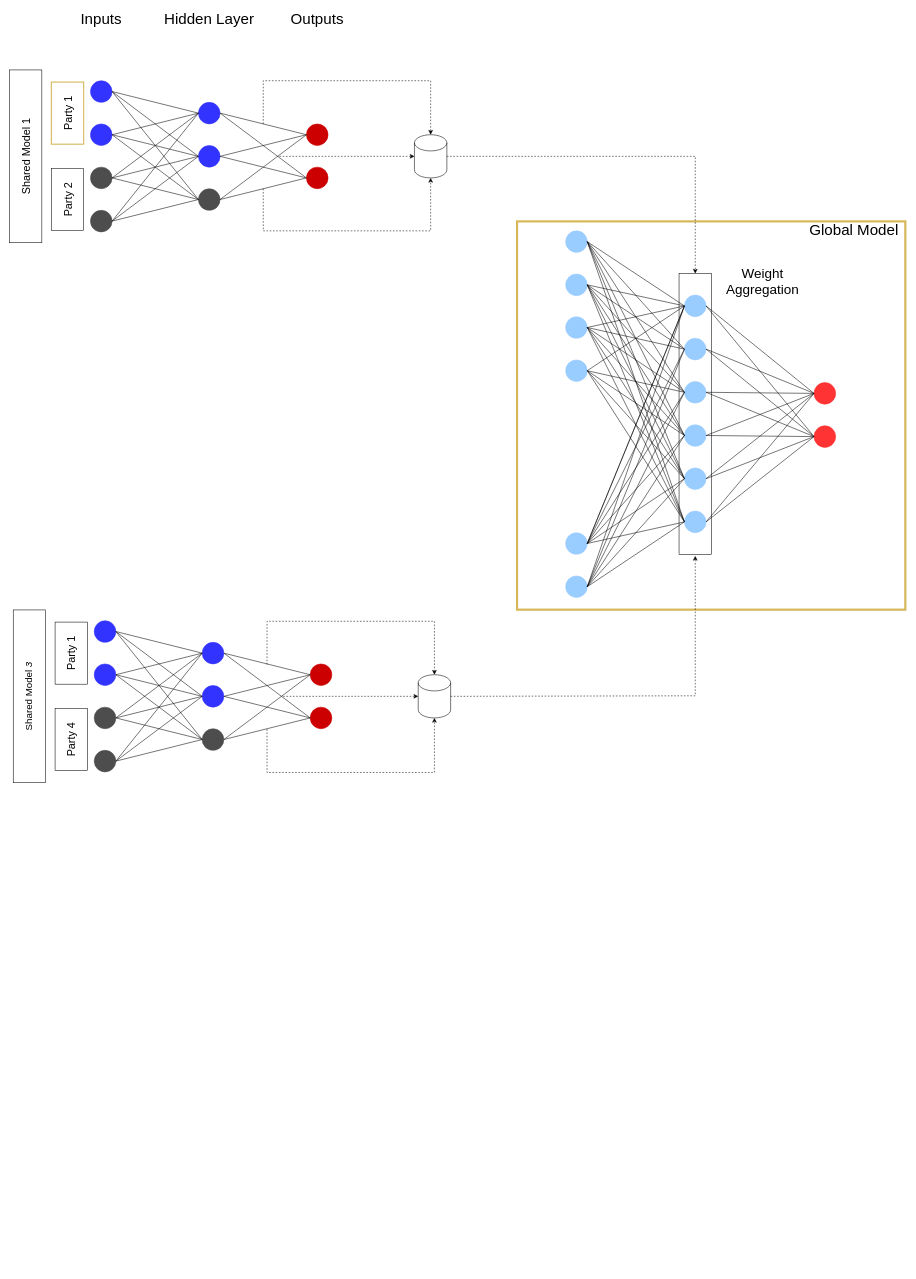
solodezaldivar/ma-thesis keeps this draw.io diagram as resources/diagrams/dvfu-shared-models-fine-tuning.drawio. Above is the earlier version. Source tidied: cells renumbered, new cells numbered last; positions are measured from the earlier drawing's top-left corner, leaving out a move shared by most shapes. Both pictures are drawn from the tidied source at 54%, with x=0, y=0 at pixel (-61, 10).
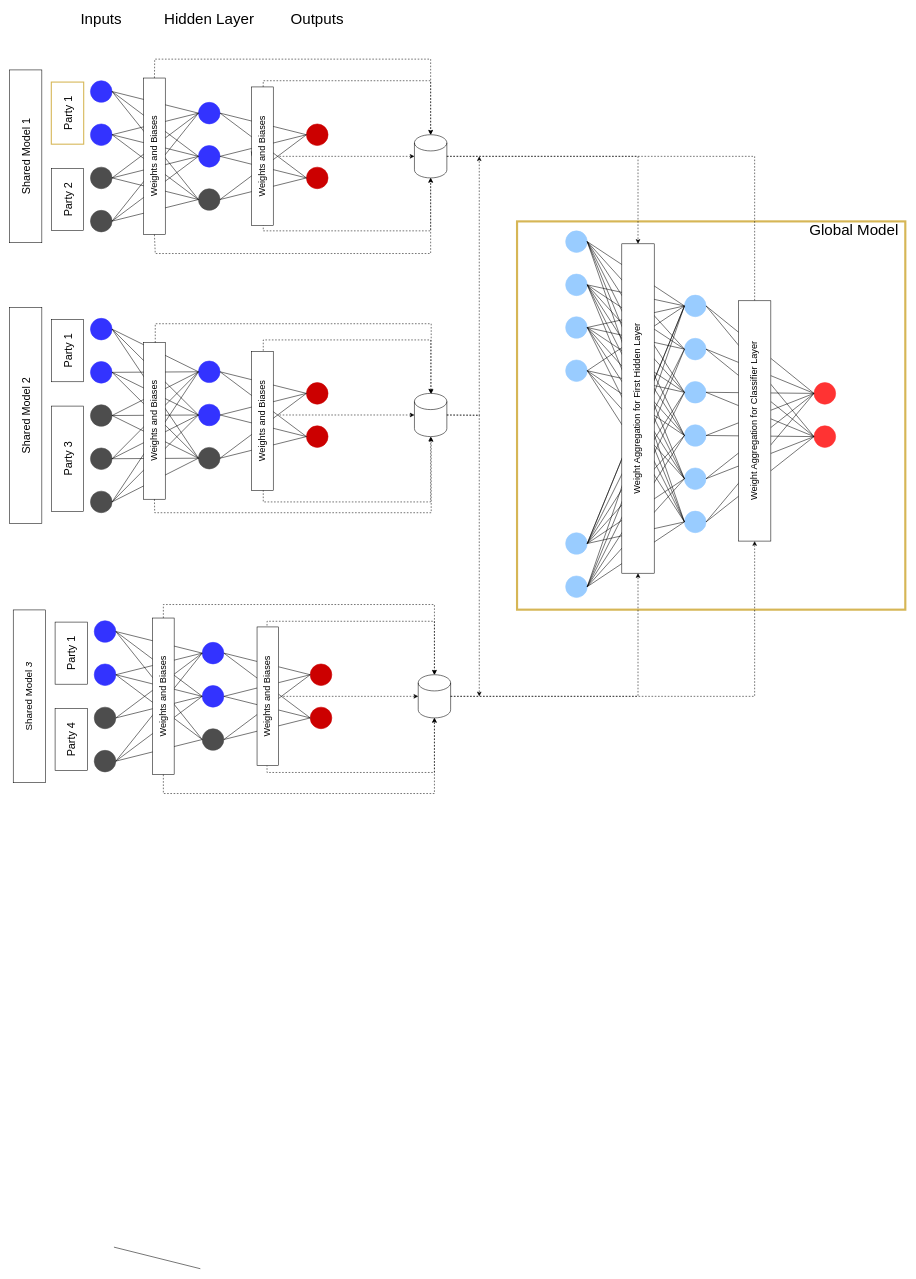
The same diagram, later.

The change refers to these unchanged cells:
```xml
<mxCell id="52" style="ellipse;whiteSpace=wrap;html=1;strokeColor=#4D4D4D;fillColor=#4D4D4D;" parent="1" vertex="1">
  <mxGeometry x="287" y="1290" width="40" height="40" as="geometry" />
</mxCell>
<mxCell id="58" style="ellipse;whiteSpace=wrap;html=1;strokeColor=#4D4D4D;fillColor=#4D4D4D;" parent="1" vertex="1">
  <mxGeometry x="487" y="1330" width="40" height="40" as="geometry" />
</mxCell>
<mxCell id="88" style="shape=cylinder3;whiteSpace=wrap;html=1;boundedLbl=1;backgroundOutline=1;size=15;" parent="1" vertex="1">
  <mxGeometry x="880" y="230" width="60" height="80" as="geometry" />
</mxCell>
<mxCell id="89" style="shape=cylinder3;whiteSpace=wrap;html=1;boundedLbl=1;backgroundOutline=1;size=15;" parent="1" vertex="1">
  <mxGeometry x="887" y="1230" width="60" height="80" as="geometry" />
</mxCell>
```

Change to the diagram source:
```diff
@@
-    <mxCell id="3" style="rounded=0;whiteSpace=wrap;html=1;rotation=90;" parent="1" vertex="1">
-      <mxGeometry x="1140" y="717" width="520" height="60" as="geometry" />
-    </mxCell>
@@
-    <mxCell id="72" style="rounded=0;jettySize=auto;html=1;exitX=0;exitY=0.5;exitDx=0;exitDy=0;entryX=1;entryY=0.5;entryDx=0;entryDy=0;endArrow=none;startFill=0;" parent="1" edge="1" source="58" target="52">
-      <mxGeometry relative="1" as="geometry" />
+    <mxCell id="72" style="rounded=0;orthogonalLoop=1;jettySize=auto;html=1;exitX=0;exitY=0.5;exitDx=0;exitDy=0;entryX=1;entryY=0.5;entryDx=0;entryDy=0;endArrow=none;startFill=0;" parent="1" edge="1">
+      <mxGeometry relative="1" as="geometry">
+        <mxPoint x="483.5" y="2330" as="sourcePoint" />
+        <mxPoint x="323.5" y="2290" as="targetPoint" />
+      </mxGeometry>
     </mxCell>
@@
-    <mxCell id="134" style="endArrow=classic;html=1;rounded=0;entryX=0.5;entryY=0;entryDx=0;entryDy=0;entryPerimeter=0;dashed=1;" parent="1" edge="1" target="88">
+    <mxCell id="134" style="endArrow=classic;html=1;rounded=0;entryX=0.5;entryY=0;entryDx=0;entryDy=0;entryPerimeter=0;dashed=1;" parent="1" edge="1" source="180" target="88">
       <mxGeometry relative="1" as="geometry">
-        <mxPoint x="600" y="210" as="sourcePoint" />
         <Array as="points">
           <mxPoint x="600" y="130" />
           <mxPoint x="910" y="130" />
         </Array>
       </mxGeometry>
     </mxCell>
@@
     <mxCell id="138" style="endArrow=classic;html=1;rounded=0;entryX=0;entryY=0.5;entryDx=0;entryDy=0;dashed=1;exitX=1;exitY=0.5;exitDx=0;exitDy=0;exitPerimeter=0;" parent="1" edge="1" source="88" target="3">
       <mxGeometry relative="1" as="geometry">
         <Array as="points">
-          <mxPoint x="1400" y="270" />
+          <mxPoint x="1510" y="270" />
         </Array>
       </mxGeometry>
     </mxCell>
-    <mxCell id="139" style="endArrow=classic;html=1;rounded=0;dashed=1;exitX=1;exitY=0.5;exitDx=0;exitDy=0;exitPerimeter=0;" parent="1" edge="1" source="89">
+    <mxCell id="139" style="endArrow=classic;html=1;rounded=0;dashed=1;exitX=1;exitY=0.5;exitDx=0;exitDy=0;exitPerimeter=0;entryX=0;entryY=0.5;entryDx=0;entryDy=0;" parent="1" edge="1" source="89" target="3">
       <mxGeometry relative="1" as="geometry">
-        <mxPoint x="1400" y="1010" as="targetPoint" />
         <Array as="points">
-          <mxPoint x="1400" y="1269" />
+          <mxPoint x="1510" y="1270" />
         </Array>
       </mxGeometry>
     </mxCell>
-    <mxCell id="140" value="&lt;font style=&quot;font-size: 25px;&quot;&gt;Weight Aggregation&lt;/font&gt;" style="text;html=1;align=center;verticalAlign=middle;whiteSpace=wrap;rounded=0;" parent="1" vertex="1">
-      <mxGeometry x="1430" y="485" width="190" height="30" as="geometry" />
-    </mxCell>
+    <mxCell id="141" style="ellipse;whiteSpace=wrap;html=1;strokeColor=#4D4D4D;fillColor=#4D4D4D;gradientColor=none;" parent="1" vertex="1">
+      <mxGeometry x="280" y="730" width="40" height="40" as="geometry" />
+    </mxCell>
+    <mxCell id="142" style="ellipse;whiteSpace=wrap;html=1;strokeColor=#3333FF;fillColor=#3333FF;" parent="1" vertex="1">
+      <mxGeometry x="280" y="570" width="40" height="40" as="geometry" />
+    </mxCell>
+    <mxCell id="143" style="ellipse;whiteSpace=wrap;html=1;strokeColor=#3333FF;fillColor=#3333FF;" parent="1" vertex="1">
+      <mxGeometry x="280" y="650" width="40" height="40" as="geometry" />
+    </mxCell>
+    <mxCell id="144" style="ellipse;whiteSpace=wrap;html=1;strokeColor=#4D4D4D;fillColor=#4D4D4D;gradientColor=none;" parent="1" vertex="1">
+      <mxGeometry x="280" y="810" width="40" height="40" as="geometry" />
+    </mxCell>
+    <mxCell id="145" style="ellipse;whiteSpace=wrap;html=1;strokeColor=#3333FF;fillColor=#3333FF;" parent="1" vertex="1">
+      <mxGeometry x="480" y="729" width="40" height="40" as="geometry" />
+    </mxCell>
+    <mxCell id="146" style="ellipse;whiteSpace=wrap;html=1;strokeColor=#3333FF;fillColor=#3333FF;" parent="1" vertex="1">
+      <mxGeometry x="480" y="649" width="40" height="40" as="geometry" />
+    </mxCell>
+    <mxCell id="147" style="ellipse;whiteSpace=wrap;html=1;strokeColor=#4D4D4D;fillColor=#4D4D4D;gradientColor=none;" parent="1" vertex="1">
+      <mxGeometry x="480" y="809" width="40" height="40" as="geometry" />
+    </mxCell>
+    <mxCell id="148" style="ellipse;whiteSpace=wrap;html=1;strokeColor=#CC0000;fillColor=#CC0000;" parent="1" vertex="1">
+      <mxGeometry x="680" y="689" width="40" height="40" as="geometry" />
+    </mxCell>
+    <mxCell id="149" style="ellipse;whiteSpace=wrap;html=1;strokeColor=#CC0000;fillColor=#CC0000;" parent="1" vertex="1">
+      <mxGeometry x="680" y="769" width="40" height="40" as="geometry" />
+    </mxCell>
+    <mxCell id="150" style="rounded=0;jettySize=auto;html=1;exitX=1;exitY=0.5;exitDx=0;exitDy=0;entryX=0;entryY=0.5;entryDx=0;entryDy=0;endArrow=none;startFill=0;" parent="1" edge="1" source="142" target="146">
+      <mxGeometry relative="1" as="geometry" />
+    </mxCell>
+    <mxCell id="151" style="rounded=0;jettySize=auto;html=1;exitX=1;exitY=0.5;exitDx=0;exitDy=0;entryX=0;entryY=0.5;entryDx=0;entryDy=0;endArrow=none;startFill=0;" parent="1" edge="1" source="142" target="145">
+      <mxGeometry relative="1" as="geometry" />
+    </mxCell>
+    <mxCell id="152" style="rounded=0;jettySize=auto;html=1;exitX=1;exitY=0.5;exitDx=0;exitDy=0;entryX=0;entryY=0.5;entryDx=0;entryDy=0;endArrow=none;startFill=0;" parent="1" edge="1" source="142" target="147">
+      <mxGeometry relative="1" as="geometry" />
+    </mxCell>
+    <mxCell id="153" style="rounded=0;jettySize=auto;html=1;exitX=0;exitY=0.5;exitDx=0;exitDy=0;entryX=1;entryY=0.5;entryDx=0;entryDy=0;endArrow=none;startFill=0;" parent="1" edge="1" source="146" target="141">
+      <mxGeometry relative="1" as="geometry" />
+    </mxCell>
+    <mxCell id="154" style="rounded=0;jettySize=auto;html=1;exitX=0;exitY=0.5;exitDx=0;exitDy=0;entryX=1;entryY=0.5;entryDx=0;entryDy=0;endArrow=none;startFill=0;" parent="1" edge="1" source="146" target="144">
+      <mxGeometry relative="1" as="geometry" />
+    </mxCell>
+    <mxCell id="155" style="rounded=0;jettySize=auto;html=1;exitX=0;exitY=0.5;exitDx=0;exitDy=0;endArrow=none;startFill=0;entryX=1;entryY=0.5;entryDx=0;entryDy=0;" parent="1" edge="1" source="145" target="144">
+      <mxGeometry relative="1" as="geometry" />
+    </mxCell>
+    <mxCell id="156" style="rounded=0;jettySize=auto;html=1;exitX=0;exitY=0.5;exitDx=0;exitDy=0;entryX=1;entryY=0.5;entryDx=0;entryDy=0;endArrow=none;startFill=0;" parent="1" edge="1" source="145" target="141">
+      <mxGeometry relative="1" as="geometry" />
+    </mxCell>
+    <mxCell id="157" style="rounded=0;jettySize=auto;html=1;exitX=1;exitY=0.5;exitDx=0;exitDy=0;endArrow=none;startFill=0;entryX=0;entryY=0.5;entryDx=0;entryDy=0;" parent="1" edge="1" source="143" target="146">
+      <mxGeometry relative="1" as="geometry" />
+    </mxCell>
+    <mxCell id="158" style="rounded=0;jettySize=auto;html=1;exitX=1;exitY=0.5;exitDx=0;exitDy=0;endArrow=none;startFill=0;entryX=0;entryY=0.5;entryDx=0;entryDy=0;" parent="1" edge="1" source="143" target="145">
+      <mxGeometry relative="1" as="geometry" />
+    </mxCell>
+    <mxCell id="159" style="rounded=0;jettySize=auto;html=1;exitX=1;exitY=0.5;exitDx=0;exitDy=0;endArrow=none;startFill=0;entryX=0;entryY=0.5;entryDx=0;entryDy=0;" parent="1" edge="1" source="143" target="147">
+      <mxGeometry relative="1" as="geometry" />
+    </mxCell>
+    <mxCell id="160" style="rounded=0;jettySize=auto;html=1;endArrow=none;startFill=0;entryX=1;entryY=0.5;entryDx=0;entryDy=0;exitX=0;exitY=0.5;exitDx=0;exitDy=0;" parent="1" edge="1" source="147" target="144">
+      <mxGeometry relative="1" as="geometry" />
+    </mxCell>
+    <mxCell id="161" style="rounded=0;jettySize=auto;html=1;exitX=0;exitY=0.5;exitDx=0;exitDy=0;entryX=1;entryY=0.5;entryDx=0;entryDy=0;endArrow=none;startFill=0;" parent="1" edge="1" source="147" target="141">
+      <mxGeometry relative="1" as="geometry" />
+    </mxCell>
+    <mxCell id="162" style="rounded=0;jettySize=auto;html=1;exitX=1;exitY=0.5;exitDx=0;exitDy=0;entryX=0;entryY=0.5;entryDx=0;entryDy=0;endArrow=none;startFill=0;" parent="1" edge="1" source="146" target="148">
+      <mxGeometry relative="1" as="geometry" />
+    </mxCell>
+    <mxCell id="163" style="rounded=0;jettySize=auto;html=1;exitX=1;exitY=0.5;exitDx=0;exitDy=0;entryX=0;entryY=0.5;entryDx=0;entryDy=0;endArrow=none;startFill=0;" parent="1" edge="1" source="146" target="149">
+      <mxGeometry relative="1" as="geometry" />
+    </mxCell>
+    <mxCell id="164" style="rounded=0;jettySize=auto;html=1;exitX=1;exitY=0.5;exitDx=0;exitDy=0;entryX=0;entryY=0.5;entryDx=0;entryDy=0;endArrow=none;startFill=0;" parent="1" edge="1" source="145" target="148">
+      <mxGeometry relative="1" as="geometry" />
+    </mxCell>
+    <mxCell id="165" style="rounded=0;jettySize=auto;html=1;exitX=1;exitY=0.5;exitDx=0;exitDy=0;entryX=0;entryY=0.5;entryDx=0;entryDy=0;endArrow=none;startFill=0;" parent="1" edge="1" source="147" target="149">
+      <mxGeometry relative="1" as="geometry" />
+    </mxCell>
+    <mxCell id="166" style="rounded=0;jettySize=auto;html=1;exitX=1;exitY=0.5;exitDx=0;exitDy=0;entryX=0;entryY=0.5;entryDx=0;entryDy=0;endArrow=none;startFill=0;" parent="1" edge="1" source="147" target="148">
+      <mxGeometry relative="1" as="geometry" />
+    </mxCell>
+    <mxCell id="167" style="rounded=0;jettySize=auto;html=1;exitX=1;exitY=0.5;exitDx=0;exitDy=0;entryX=0;entryY=0.5;entryDx=0;entryDy=0;endArrow=none;startFill=0;" parent="1" edge="1" source="145" target="149">
+      <mxGeometry relative="1" as="geometry" />
+    </mxCell>
+    <mxCell id="168" value="&lt;font style=&quot;font-size: 20px;&quot;&gt;Shared Model 2&lt;/font&gt;" style="rounded=0;whiteSpace=wrap;html=1;rotation=-90;" parent="1" vertex="1">
+      <mxGeometry x="-40" y="720" width="400" height="60" as="geometry" />
+    </mxCell>
+    <mxCell id="169" value="&lt;font style=&quot;font-size: 20px;&quot;&gt;Party 1&lt;/font&gt;" style="rounded=0;whiteSpace=wrap;html=1;rotation=-90;" parent="1" vertex="1">
+      <mxGeometry x="180" y="600" width="115" height="60" as="geometry" />
+    </mxCell>
+    <mxCell id="170" value="&lt;font style=&quot;font-size: 20px;&quot;&gt;Party 3&lt;/font&gt;" style="rounded=0;whiteSpace=wrap;html=1;rotation=-90;" parent="1" vertex="1">
+      <mxGeometry x="140" y="800" width="195" height="60" as="geometry" />
+    </mxCell>
+    <mxCell id="171" style="ellipse;whiteSpace=wrap;html=1;strokeColor=#4D4D4D;fillColor=#4D4D4D;gradientColor=none;" parent="1" vertex="1">
+      <mxGeometry x="280" y="890" width="40" height="40" as="geometry" />
+    </mxCell>
+    <mxCell id="172" style="rounded=0;jettySize=auto;html=1;endArrow=none;startFill=0;entryX=1;entryY=0.5;entryDx=0;entryDy=0;exitX=0;exitY=0.5;exitDx=0;exitDy=0;" parent="1" edge="1" source="146" target="171">
+      <mxGeometry relative="1" as="geometry" />
+    </mxCell>
+    <mxCell id="173" style="rounded=0;jettySize=auto;html=1;endArrow=none;startFill=0;entryX=1;entryY=0.5;entryDx=0;entryDy=0;exitX=0;exitY=0.5;exitDx=0;exitDy=0;" parent="1" edge="1" source="145" target="171">
+      <mxGeometry relative="1" as="geometry" />
+    </mxCell>
+    <mxCell id="174" style="rounded=0;jettySize=auto;html=1;endArrow=none;startFill=0;exitX=0;exitY=0.5;exitDx=0;exitDy=0;" parent="1" edge="1" source="147">
+      <mxGeometry relative="1" as="geometry">
+        <mxPoint x="320" y="910" as="targetPoint" />
+      </mxGeometry>
+    </mxCell>
+    <mxCell id="175" style="shape=cylinder3;whiteSpace=wrap;html=1;boundedLbl=1;backgroundOutline=1;size=15;" parent="1" vertex="1">
+      <mxGeometry x="880" y="709" width="60" height="80" as="geometry" />
+    </mxCell>
+    <mxCell id="176" style="endArrow=classic;html=1;rounded=0;entryX=0;entryY=0.5;entryDx=0;entryDy=0;entryPerimeter=0;dashed=1;" parent="1" edge="1" target="175">
+      <mxGeometry relative="1" as="geometry">
+        <mxPoint x="630" y="749" as="sourcePoint" />
+      </mxGeometry>
+    </mxCell>
+    <mxCell id="177" style="endArrow=classic;html=1;rounded=0;entryX=0.5;entryY=0;entryDx=0;entryDy=0;entryPerimeter=0;dashed=1;" parent="1" edge="1" target="175">
+      <mxGeometry relative="1" as="geometry">
+        <mxPoint x="600" y="690" as="sourcePoint" />
+        <Array as="points">
+          <mxPoint x="600" y="610" />
+          <mxPoint x="750" y="610" />
+          <mxPoint x="910" y="610" />
+        </Array>
+      </mxGeometry>
+    </mxCell>
+    <mxCell id="178" style="endArrow=classic;html=1;rounded=0;entryX=0.5;entryY=1;entryDx=0;entryDy=0;entryPerimeter=0;dashed=1;" parent="1" edge="1" target="175">
+      <mxGeometry relative="1" as="geometry">
+        <mxPoint x="600" y="810" as="sourcePoint" />
+        <Array as="points">
+          <mxPoint x="600" y="910" />
+          <mxPoint x="760" y="910" />
+          <mxPoint x="910" y="910" />
+        </Array>
+      </mxGeometry>
+    </mxCell>
+    <mxCell id="179" style="endArrow=classic;html=1;rounded=0;entryX=0.5;entryY=0;entryDx=0;entryDy=0;entryPerimeter=0;dashed=1;" parent="1" edge="1" target="180">
+      <mxGeometry relative="1" as="geometry">
+        <mxPoint x="600" y="210" as="sourcePoint" />
+      </mxGeometry>
+    </mxCell>
+    <mxCell id="180" value="&lt;font style=&quot;font-size: 17px;&quot;&gt;Weights and Biases&lt;/font&gt;" style="rounded=0;whiteSpace=wrap;html=1;rotation=-90;" parent="1" vertex="1">
+      <mxGeometry x="470" y="250" width="257" height="40" as="geometry" />
+    </mxCell>
+    <mxCell id="181" value="&lt;font style=&quot;font-size: 17px;&quot;&gt;Weights and Biases&lt;/font&gt;" style="rounded=0;whiteSpace=wrap;html=1;rotation=-90;" parent="1" vertex="1">
+      <mxGeometry x="470" y="740" width="257" height="40" as="geometry" />
+    </mxCell>
+    <mxCell id="182" value="&lt;font style=&quot;font-size: 17px;&quot;&gt;Weights and Biases&lt;/font&gt;" style="rounded=0;whiteSpace=wrap;html=1;rotation=-90;" parent="1" vertex="1">
+      <mxGeometry x="253.5" y="250" width="290" height="40" as="geometry" />
+    </mxCell>
+    <mxCell id="183" value="&lt;font style=&quot;font-size: 17px;&quot;&gt;Weights and Biases&lt;/font&gt;" style="rounded=0;whiteSpace=wrap;html=1;rotation=-90;" parent="1" vertex="1">
+      <mxGeometry x="480" y="1250" width="257" height="40" as="geometry" />
+    </mxCell>
+    <mxCell id="184" value="&lt;font style=&quot;font-size: 17px;&quot;&gt;Weights and Biases&lt;/font&gt;" style="rounded=0;whiteSpace=wrap;html=1;rotation=-90;" parent="1" vertex="1">
+      <mxGeometry x="253.5" y="740" width="290" height="40" as="geometry" />
+    </mxCell>
+    <mxCell id="185" value="&lt;font style=&quot;font-size: 17px;&quot;&gt;Weights and Biases&lt;/font&gt;" style="rounded=0;whiteSpace=wrap;html=1;rotation=-90;" parent="1" vertex="1">
+      <mxGeometry x="270" y="1250" width="290" height="40" as="geometry" />
+    </mxCell>
+    <mxCell id="186" style="endArrow=classic;html=1;rounded=0;entryX=0.5;entryY=0;entryDx=0;entryDy=0;entryPerimeter=0;dashed=1;exitX=1;exitY=0.5;exitDx=0;exitDy=0;" parent="1" edge="1" source="182" target="88">
+      <mxGeometry relative="1" as="geometry">
+        <Array as="points">
+          <mxPoint x="399" y="90" />
+          <mxPoint x="910" y="90" />
+        </Array>
+      </mxGeometry>
+    </mxCell>
+    <mxCell id="187" style="endArrow=classic;html=1;rounded=0;entryX=0.5;entryY=1;entryDx=0;entryDy=0;entryPerimeter=0;dashed=1;exitX=0;exitY=0.5;exitDx=0;exitDy=0;" parent="1" edge="1" source="182" target="88">
+      <mxGeometry relative="1" as="geometry">
+        <Array as="points">
+          <mxPoint x="400" y="450" />
+          <mxPoint x="910" y="450" />
+          <mxPoint x="910" y="410" />
+        </Array>
+      </mxGeometry>
+    </mxCell>
+    <mxCell id="188" style="endArrow=classic;html=1;rounded=0;entryX=0.5;entryY=1;entryDx=0;entryDy=0;entryPerimeter=0;dashed=1;exitX=0;exitY=0.5;exitDx=0;exitDy=0;" parent="1" edge="1" source="184">
+      <mxGeometry relative="1" as="geometry">
+        <mxPoint x="911" y="790" as="targetPoint" />
+        <Array as="points">
+          <mxPoint x="399" y="930" />
+          <mxPoint x="911" y="930" />
+          <mxPoint x="911" y="890" />
+        </Array>
+      </mxGeometry>
+    </mxCell>
+    <mxCell id="189" style="endArrow=classic;html=1;rounded=0;dashed=1;exitX=1;exitY=0.5;exitDx=0;exitDy=0;" parent="1" edge="1">
+      <mxGeometry relative="1" as="geometry">
+        <mxPoint x="400" y="615" as="sourcePoint" />
+        <mxPoint x="911" y="710" as="targetPoint" />
+        <Array as="points">
+          <mxPoint x="400" y="580" />
+          <mxPoint x="911" y="580" />
+        </Array>
+      </mxGeometry>
+    </mxCell>
+    <mxCell id="190" style="endArrow=classic;html=1;rounded=0;entryX=0.5;entryY=1;entryDx=0;entryDy=0;entryPerimeter=0;dashed=1;exitX=0;exitY=0.5;exitDx=0;exitDy=0;" parent="1" edge="1" source="185" target="89">
+      <mxGeometry relative="1" as="geometry">
+        <Array as="points">
+          <mxPoint x="415" y="1450" />
+          <mxPoint x="917" y="1450" />
+        </Array>
+      </mxGeometry>
+    </mxCell>
+    <mxCell id="191" style="endArrow=classic;html=1;rounded=0;dashed=1;exitX=1;exitY=0.5;exitDx=0;exitDy=0;entryX=0.5;entryY=0;entryDx=0;entryDy=0;entryPerimeter=0;" parent="1" edge="1" source="185" target="89">
+      <mxGeometry relative="1" as="geometry">
+        <Array as="points">
+          <mxPoint x="415" y="1100" />
+          <mxPoint x="917" y="1100" />
+        </Array>
+      </mxGeometry>
+    </mxCell>
+    <mxCell id="192" style="endArrow=classic;html=1;rounded=0;dashed=1;exitX=1;exitY=0.5;exitDx=0;exitDy=0;exitPerimeter=0;" parent="1" edge="1" source="175">
+      <mxGeometry relative="1" as="geometry">
+        <mxPoint x="1000" y="1270" as="targetPoint" />
+        <Array as="points">
+          <mxPoint x="1000" y="749" />
+        </Array>
+      </mxGeometry>
+    </mxCell>
+    <mxCell id="193" style="endArrow=classic;html=1;rounded=0;dashed=1;exitX=1;exitY=0.5;exitDx=0;exitDy=0;exitPerimeter=0;" parent="1" edge="1" source="175">
+      <mxGeometry relative="1" as="geometry">
+        <mxPoint x="1000" y="270" as="targetPoint" />
+        <Array as="points">
+          <mxPoint x="1000" y="750" />
+        </Array>
+      </mxGeometry>
+    </mxCell>
+    <mxCell id="3" value="&lt;font style=&quot;font-size: 17px;&quot;&gt;Weight Aggregation for Classifier Layer&lt;/font&gt;" style="rounded=0;whiteSpace=wrap;html=1;rotation=-90;" parent="1" vertex="1">
+      <mxGeometry x="1287.5" y="730" width="445" height="60" as="geometry" />
+    </mxCell>
+    <mxCell id="194" value="&lt;font style=&quot;font-size: 17px;&quot;&gt;Weight Aggregation for First Hidden Layer&lt;/font&gt;" style="rounded=0;whiteSpace=wrap;html=1;rotation=-90;" parent="1" vertex="1">
+      <mxGeometry x="989" y="707" width="610" height="60" as="geometry" />
+    </mxCell>
+    <mxCell id="195" style="endArrow=classic;html=1;rounded=0;entryX=1;entryY=0.5;entryDx=0;entryDy=0;dashed=1;exitX=1;exitY=0.5;exitDx=0;exitDy=0;exitPerimeter=0;" parent="1" edge="1" source="88" target="194">
+      <mxGeometry relative="1" as="geometry">
+        <Array as="points">
+          <mxPoint x="1294" y="270" />
+        </Array>
+      </mxGeometry>
+    </mxCell>
+    <mxCell id="196" style="endArrow=classic;html=1;rounded=0;entryX=0;entryY=0.5;entryDx=0;entryDy=0;dashed=1;exitX=1;exitY=0.5;exitDx=0;exitDy=0;exitPerimeter=0;" parent="1" edge="1" source="89" target="194">
+      <mxGeometry relative="1" as="geometry">
+        <Array as="points">
+          <mxPoint x="1294" y="1270" />
+        </Array>
+      </mxGeometry>
+    </mxCell>
```
